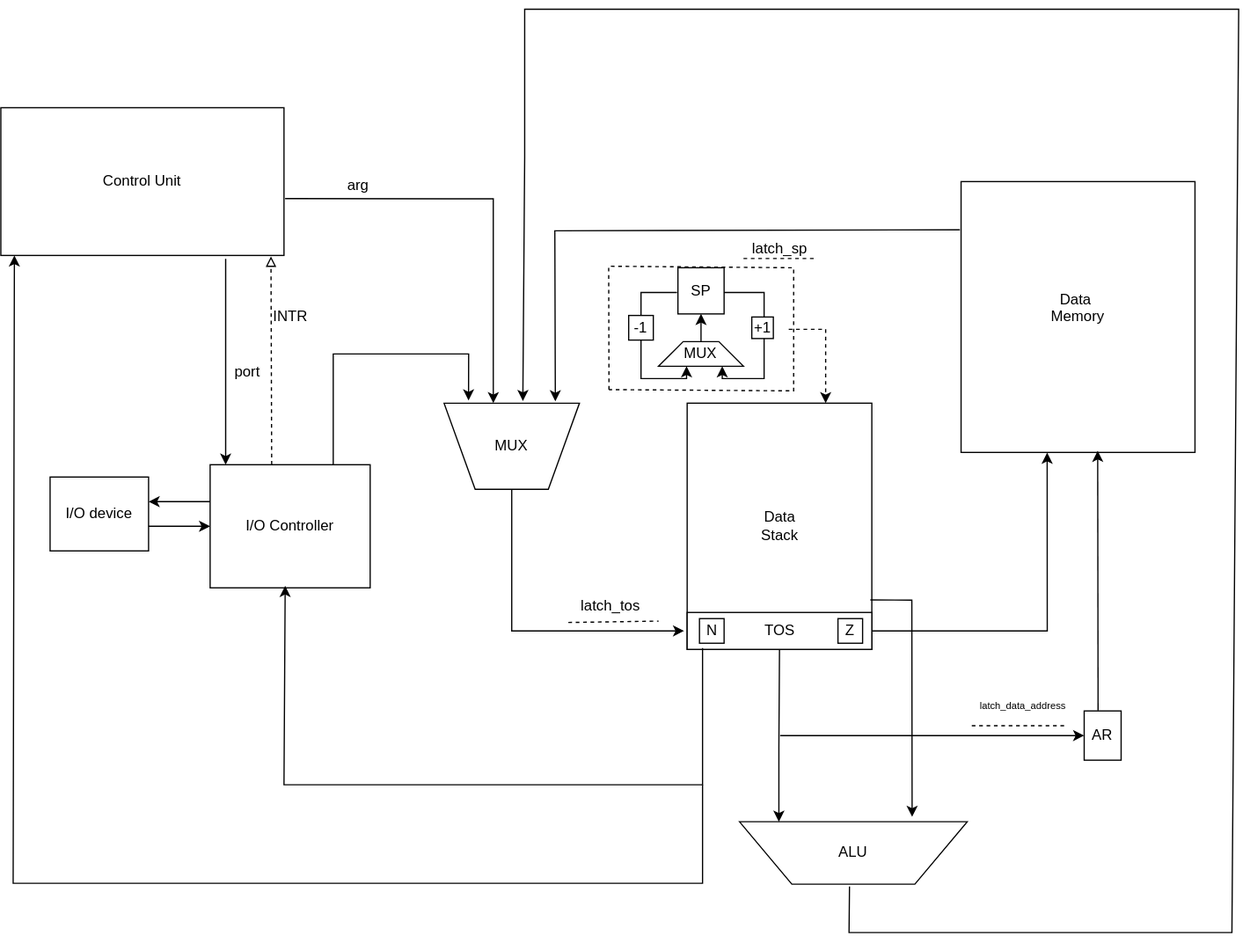
Before: diagrams/Data_path_scheme.drawio.svg, a diagram exported from draw.io (timur0o31/csa-lab4). Source tidied: cells renumbered, new cells last; positions are measured from the earlier drawing's top-left corner, leaving out a move shared by most shapes. The source it was exported from:
```xml
<mxGraphModel>
  <root>
    <mxCell id="0" />
    <mxCell id="1" parent="0" />
    <mxCell id="2" value="Data&amp;nbsp;&lt;div&gt;Memory&lt;/div&gt;&lt;div&gt;&lt;br&gt;&lt;/div&gt;" style="rounded=0;whiteSpace=wrap;html=1;" parent="1" vertex="1">
      <mxGeometry x="780" y="140" width="190" height="220" as="geometry" />
    </mxCell>
    <mxCell id="3" value="I/O Controller" style="rounded=0;whiteSpace=wrap;html=1;" parent="1" vertex="1">
      <mxGeometry x="170" y="370" width="130" height="100" as="geometry" />
    </mxCell>
    <mxCell id="4" value="I/O device" style="whiteSpace=wrap;html=1;" parent="1" vertex="1">
      <mxGeometry x="40" y="380" width="80" height="60" as="geometry" />
    </mxCell>
    <mxCell id="5" style="endArrow=classic;html=1;rounded=0;" parent="1" edge="1">
      <mxGeometry relative="1" as="geometry">
        <mxPoint x="170" y="400" as="sourcePoint" />
        <mxPoint x="120" y="400" as="targetPoint" />
      </mxGeometry>
    </mxCell>
    <mxCell id="6" value="Data&lt;div&gt;Stack&lt;/div&gt;" style="rounded=0;whiteSpace=wrap;html=1;" parent="1" vertex="1">
      <mxGeometry x="557.5" y="320" width="150" height="200" as="geometry" />
    </mxCell>
    <mxCell id="7" value="ALU" style="verticalLabelPosition=middle;verticalAlign=middle;html=1;shape=trapezoid;perimeter=trapezoidPerimeter;whiteSpace=wrap;size=0.23;arcSize=10;flipV=1;labelPosition=center;align=center;" parent="1" vertex="1">
      <mxGeometry x="600" y="660" width="185" height="50.7" as="geometry" />
    </mxCell>
    <mxCell id="8" style="endArrow=classic;html=1;rounded=0;entryX=0.822;entryY=-0.019;entryDx=0;entryDy=0;entryPerimeter=0;exitX=-0.005;exitY=0.178;exitDx=0;exitDy=0;exitPerimeter=0;" parent="1" edge="1" source="2">
      <mxGeometry relative="1" as="geometry">
        <mxPoint x="450.4" y="318.5" as="targetPoint" />
        <Array as="points">
          <mxPoint x="450" y="180" />
        </Array>
      </mxGeometry>
    </mxCell>
    <mxCell id="9" value="Control Unit" style="rounded=0;whiteSpace=wrap;html=1;" parent="1" vertex="1">
      <mxGeometry y="80" width="230" height="120" as="geometry" />
    </mxCell>
    <mxCell id="10" style="endArrow=classic;html=1;rounded=0;exitX=1.004;exitY=0.615;exitDx=0;exitDy=0;exitPerimeter=0;entryX=0.364;entryY=0;entryDx=0;entryDy=0;entryPerimeter=0;" parent="1" edge="1" source="9">
      <mxGeometry relative="1" as="geometry">
        <mxPoint x="400" y="320" as="targetPoint" />
        <Array as="points">
          <mxPoint x="400" y="154" />
          <mxPoint x="400" y="290" />
        </Array>
      </mxGeometry>
    </mxCell>
    <mxCell id="11" style="endArrow=classic;html=1;rounded=0;entryX=0.584;entryY=0.994;entryDx=0;entryDy=0;entryPerimeter=0;exitX=0.376;exitY=-0.008;exitDx=0;exitDy=0;exitPerimeter=0;" parent="1" edge="1" source="24" target="2">
      <mxGeometry relative="1" as="geometry" />
    </mxCell>
    <mxCell id="12" style="endArrow=classic;html=1;rounded=0;exitX=1;exitY=0.667;exitDx=0;exitDy=0;exitPerimeter=0;" parent="1" edge="1" source="4">
      <mxGeometry relative="1" as="geometry">
        <mxPoint x="170" y="420" as="targetPoint" />
      </mxGeometry>
    </mxCell>
    <mxCell id="13" value="TOS" style="rounded=0;whiteSpace=wrap;html=1;" parent="1" vertex="1">
      <mxGeometry x="557.5" y="490" width="150" height="30" as="geometry" />
    </mxCell>
    <mxCell id="14" style="endArrow=classic;html=1;rounded=0;exitX=0.5;exitY=1;exitDx=0;exitDy=0;entryX=0.173;entryY=1;entryDx=0;entryDy=0;entryPerimeter=0;" parent="1" edge="1" source="13" target="7">
      <mxGeometry relative="1" as="geometry">
        <Array as="points">
          <mxPoint x="632" y="600" />
          <mxPoint x="632" y="630" />
        </Array>
      </mxGeometry>
    </mxCell>
    <mxCell id="15" style="endArrow=classic;html=1;rounded=0;entryX=0.758;entryY=1.078;entryDx=0;entryDy=0;entryPerimeter=0;exitX=0.992;exitY=0.799;exitDx=0;exitDy=0;exitPerimeter=0;" parent="1" edge="1" source="6" target="7">
      <mxGeometry relative="1" as="geometry">
        <Array as="points">
          <mxPoint x="740" y="480" />
        </Array>
      </mxGeometry>
    </mxCell>
    <mxCell id="16" style="endArrow=classic;html=1;rounded=0;entryX=0.181;entryY=-0.028;entryDx=0;entryDy=0;entryPerimeter=0;" parent="1" edge="1">
      <mxGeometry relative="1" as="geometry">
        <mxPoint x="270" y="370" as="sourcePoint" />
        <mxPoint x="379.9" y="317.8" as="targetPoint" />
        <Array as="points">
          <mxPoint x="270" y="280" />
          <mxPoint x="350" y="280" />
          <mxPoint x="380" y="280" />
        </Array>
      </mxGeometry>
    </mxCell>
    <mxCell id="17" style="endArrow=classic;html=1;rounded=0;entryX=0.469;entryY=0.984;entryDx=0;entryDy=0;entryPerimeter=0;" parent="1" edge="1" target="3">
      <mxGeometry relative="1" as="geometry">
        <mxPoint x="570" y="519" as="sourcePoint" />
        <Array as="points">
          <mxPoint x="570" y="530" />
          <mxPoint x="570" y="630" />
          <mxPoint x="230" y="630" />
        </Array>
      </mxGeometry>
    </mxCell>
    <mxCell id="18" style="endArrow=classic;html=1;rounded=0;exitX=0.5;exitY=1;exitDx=0;exitDy=0;" parent="1" edge="1" source="31">
      <mxGeometry relative="1" as="geometry">
        <mxPoint x="555" y="505" as="targetPoint" />
        <Array as="points">
          <mxPoint x="415" y="505" />
        </Array>
      </mxGeometry>
    </mxCell>
    <mxCell id="19" style="endArrow=classic;html=1;rounded=0;entryX=0.582;entryY=1.025;entryDx=0;entryDy=0;entryPerimeter=0;exitX=0.483;exitY=-0.037;exitDx=0;exitDy=0;exitPerimeter=0;" parent="1" edge="1" source="7" target="31">
      <mxGeometry relative="1" as="geometry">
        <Array as="points">
          <mxPoint x="689" y="750" />
          <mxPoint x="1000" y="750" />
          <mxPoint x="1005.5" />
          <mxPoint x="425.5" />
          <mxPoint x="425.5" y="120" />
        </Array>
      </mxGeometry>
    </mxCell>
    <mxCell id="20" value="latch_tos" style="text;html=1;align=center;verticalAlign=middle;points=[];strokeColor=none;fillColor=none;" parent="1" vertex="1">
      <mxGeometry x="460" y="470" width="70" height="30" as="geometry" />
    </mxCell>
    <mxCell id="21" value="arg" style="text;html=1;align=center;verticalAlign=middle;strokeColor=none;fillColor=none;" parent="1" vertex="1">
      <mxGeometry x="270" y="128" width="40" height="30" as="geometry" />
    </mxCell>
    <mxCell id="22" style="endArrow=classic;html=1;rounded=0;" parent="1" edge="1">
      <mxGeometry relative="1" as="geometry">
        <mxPoint x="570" y="630" as="sourcePoint" />
        <mxPoint x="11" y="200" as="targetPoint" />
        <Array as="points">
          <mxPoint x="570" y="710" />
          <mxPoint x="10" y="710" />
        </Array>
      </mxGeometry>
    </mxCell>
    <mxCell id="23" style="endArrow=classic;html=1;rounded=0;entryX=0;entryY=0.5;entryDx=0;entryDy=0;" parent="1" edge="1" target="24">
      <mxGeometry relative="1" as="geometry">
        <mxPoint x="633" y="590" as="sourcePoint" />
      </mxGeometry>
    </mxCell>
    <mxCell id="24" value="AR" style="rounded=0;whiteSpace=wrap;html=1;" parent="1" vertex="1">
      <mxGeometry x="880" y="570" width="30" height="40" as="geometry" />
    </mxCell>
    <mxCell id="25" value="&lt;font style=&quot;font-size: 8px;&quot;&gt;latch_data_address&lt;/font&gt;" style="text;html=1;align=center;verticalAlign=middle;points=[];strokeColor=none;fillColor=none;" parent="1" vertex="1">
      <mxGeometry x="785" y="550" width="90" height="30" as="geometry" />
    </mxCell>
    <mxCell id="26" style="endArrow=classic;html=1;rounded=0;exitX=1;exitY=0.5;exitDx=0;exitDy=0;entryX=0.368;entryY=1.001;entryDx=0;entryDy=0;entryPerimeter=0;" parent="1" edge="1" source="13" target="2">
      <mxGeometry relative="1" as="geometry">
        <Array as="points">
          <mxPoint x="850" y="505" />
        </Array>
      </mxGeometry>
    </mxCell>
    <mxCell id="27" style="endArrow=classic;html=1;rounded=0;exitX=0.794;exitY=1.023;exitDx=0;exitDy=0;exitPerimeter=0;entryX=0.097;entryY=0;entryDx=0;entryDy=0;entryPerimeter=0;" parent="1" edge="1" source="9" target="3">
      <mxGeometry relative="1" as="geometry" />
    </mxCell>
    <mxCell id="28" value="port" style="text;html=1;align=center;verticalAlign=middle;strokeColor=none;fillColor=none;" parent="1" vertex="1">
      <mxGeometry x="180" y="280" width="40" height="30" as="geometry" />
    </mxCell>
    <mxCell id="29" style="endArrow=block;dashed=1;html=1;rounded=0;entryX=0.954;entryY=1.006;entryDx=0;entryDy=0;entryPerimeter=0;endFill=0;" parent="1" edge="1" target="9">
      <mxGeometry relative="1" as="geometry">
        <mxPoint x="220" y="370" as="sourcePoint" />
      </mxGeometry>
    </mxCell>
    <mxCell id="30" value="INTR" style="text;html=1;align=center;verticalAlign=middle;strokeColor=none;fillColor=none;" parent="1" vertex="1">
      <mxGeometry x="210" y="235" width="50" height="30" as="geometry" />
    </mxCell>
    <mxCell id="31" value="MUX" style="verticalLabelPosition=middle;verticalAlign=middle;html=1;shape=trapezoid;perimeter=trapezoidPerimeter;whiteSpace=wrap;size=0.23;arcSize=10;flipV=1;labelPosition=center;align=center;" parent="1" vertex="1">
      <mxGeometry x="360" y="320" width="110" height="70" as="geometry" />
    </mxCell>
    <mxCell id="32" value="SP" style="whiteSpace=wrap;html=1;" parent="1" vertex="1">
      <mxGeometry x="550" y="210" width="37.5" height="37.5" as="geometry" />
    </mxCell>
    <mxCell id="33" style="endArrow=classic;html=1;rounded=0;entryX=0.75;entryY=1;entryDx=0;entryDy=0;exitX=0.996;exitY=0.536;exitDx=0;exitDy=0;exitPerimeter=0;" parent="1" edge="1" source="32" target="34">
      <mxGeometry relative="1" as="geometry">
        <Array as="points">
          <mxPoint x="620" y="230" />
          <mxPoint x="620" y="240" />
          <mxPoint x="620" y="300" />
          <mxPoint x="586" y="300" />
          <mxPoint x="586" y="290" />
        </Array>
      </mxGeometry>
    </mxCell>
    <mxCell id="34" value="MUX" style="shape=trapezoid;perimeter=trapezoidPerimeter;whiteSpace=wrap;html=1;fixedSize=1;" parent="1" vertex="1">
      <mxGeometry x="534.2" y="270" width="69" height="20" as="geometry" />
    </mxCell>
    <mxCell id="35" style="endArrow=classic;html=1;rounded=0;exitX=-0.02;exitY=0.536;exitDx=0;exitDy=0;exitPerimeter=0;" parent="1" edge="1" source="32">
      <mxGeometry relative="1" as="geometry">
        <mxPoint x="557" y="290" as="targetPoint" />
        <Array as="points">
          <mxPoint x="520" y="230" />
          <mxPoint x="520" y="300" />
          <mxPoint x="557" y="300" />
        </Array>
      </mxGeometry>
    </mxCell>
    <mxCell id="36" value="-1" style="whiteSpace=wrap;html=1;" parent="1" vertex="1">
      <mxGeometry x="510" y="248.8" width="20" height="20" as="geometry" />
    </mxCell>
    <mxCell id="37" value="+1" style="whiteSpace=wrap;html=1;" parent="1" vertex="1">
      <mxGeometry x="610" y="250" width="17.5" height="17.5" as="geometry" />
    </mxCell>
    <mxCell id="38" style="endArrow=classic;html=1;rounded=0;exitX=0.5;exitY=0;exitDx=0;exitDy=0;entryX=0.5;entryY=1;entryDx=0;entryDy=0;" parent="1" edge="1" source="34" target="32">
      <mxGeometry relative="1" as="geometry" />
    </mxCell>
    <mxCell id="39" style="endArrow=none;dashed=1;html=1;rounded=0;" parent="1" edge="1">
      <mxGeometry relative="1" as="geometry">
        <mxPoint x="494" y="309" as="sourcePoint" />
        <mxPoint x="494" y="309" as="targetPoint" />
        <Array as="points">
          <mxPoint x="493.8" y="208.8" />
          <mxPoint x="644" y="210" />
          <mxPoint x="644" y="310" />
        </Array>
      </mxGeometry>
    </mxCell>
    <mxCell id="40" style="endArrow=classic;html=1;rounded=0;entryX=0.75;entryY=0;entryDx=0;entryDy=0;dashed=1;" parent="1" edge="1" target="6">
      <mxGeometry relative="1" as="geometry">
        <mxPoint x="640" y="260" as="sourcePoint" />
        <Array as="points">
          <mxPoint x="670" y="260" />
        </Array>
      </mxGeometry>
    </mxCell>
    <mxCell id="41" value="N" style="whiteSpace=wrap;html=1;" parent="1" vertex="1">
      <mxGeometry x="567.5" y="495" width="20" height="20" as="geometry" />
    </mxCell>
    <mxCell id="42" value="Z" style="whiteSpace=wrap;html=1;" parent="1" vertex="1">
      <mxGeometry x="680" y="495" width="20" height="20" as="geometry" />
    </mxCell>
    <mxCell id="43" style="endArrow=none;dashed=1;html=1;rounded=0;exitX=0.014;exitY=0.938;exitDx=0;exitDy=0;exitPerimeter=0;entryX=1.062;entryY=0.901;entryDx=0;entryDy=0;entryPerimeter=0;" parent="1" edge="1" source="20" target="20">
      <mxGeometry relative="1" as="geometry" />
    </mxCell>
    <mxCell id="44" style="endArrow=none;dashed=1;html=1;rounded=0;entryX=0.9;entryY=1.066;entryDx=0;entryDy=0;entryPerimeter=0;exitX=0.041;exitY=1.066;exitDx=0;exitDy=0;exitPerimeter=0;" parent="1" edge="1" source="25" target="25">
      <mxGeometry relative="1" as="geometry" />
    </mxCell>
    <mxCell id="45" value="latch_sp" style="text;html=1;align=center;verticalAlign=middle;whiteSpace=wrap;rounded=0;" parent="1" vertex="1">
      <mxGeometry x="603.2" y="180" width="60" height="30" as="geometry" />
    </mxCell>
    <mxCell id="46" style="endArrow=none;dashed=1;html=1;rounded=0;exitX=0;exitY=0.75;exitDx=0;exitDy=0;entryX=1;entryY=0.75;entryDx=0;entryDy=0;" parent="1" edge="1" source="45" target="45">
      <mxGeometry relative="1" as="geometry" />
    </mxCell>
  </root>
</mxGraphModel>
```
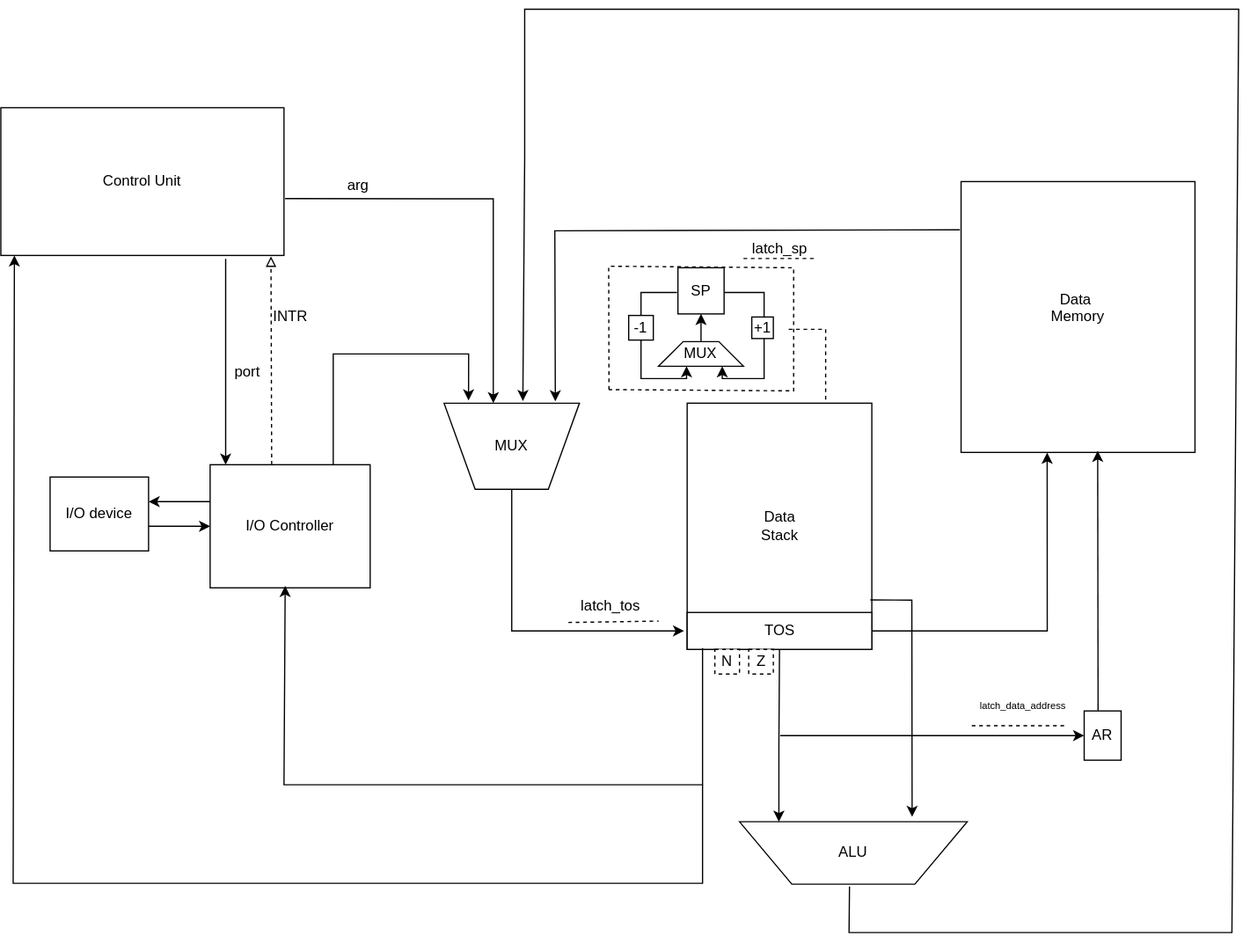
Later version of the same file.

Change to the diagram source:
```diff
@@ -207,7 +207,7 @@
         </Array>
       </mxGeometry>
     </mxCell>
-    <mxCell id="40" style="endArrow=classic;html=1;rounded=0;entryX=0.75;entryY=0;entryDx=0;entryDy=0;dashed=1;" parent="1" edge="1" target="6">
+    <mxCell id="40" style="endArrow=none;html=1;rounded=0;entryX=0.75;entryY=0;entryDx=0;entryDy=0;dashed=1;startFill=0;" parent="1" edge="1" target="6">
       <mxGeometry relative="1" as="geometry">
         <mxPoint x="640" y="260" as="sourcePoint" />
         <Array as="points">
@@ -215,11 +215,11 @@
         </Array>
       </mxGeometry>
     </mxCell>
-    <mxCell id="41" value="N" style="whiteSpace=wrap;html=1;" parent="1" vertex="1">
-      <mxGeometry x="567.5" y="495" width="20" height="20" as="geometry" />
+    <mxCell id="41" value="N" style="whiteSpace=wrap;html=1;dashed=1;" parent="1" vertex="1">
+      <mxGeometry x="580" y="520" width="20" height="20" as="geometry" />
     </mxCell>
-    <mxCell id="42" value="Z" style="whiteSpace=wrap;html=1;" parent="1" vertex="1">
-      <mxGeometry x="680" y="495" width="20" height="20" as="geometry" />
+    <mxCell id="42" value="Z" style="whiteSpace=wrap;html=1;dashed=1;" parent="1" vertex="1">
+      <mxGeometry x="607.5" y="520" width="20" height="20" as="geometry" />
     </mxCell>
     <mxCell id="43" style="endArrow=none;dashed=1;html=1;rounded=0;exitX=0.014;exitY=0.938;exitDx=0;exitDy=0;exitPerimeter=0;entryX=1.062;entryY=0.901;entryDx=0;entryDy=0;entryPerimeter=0;" parent="1" edge="1" source="20" target="20">
       <mxGeometry relative="1" as="geometry" />
```
